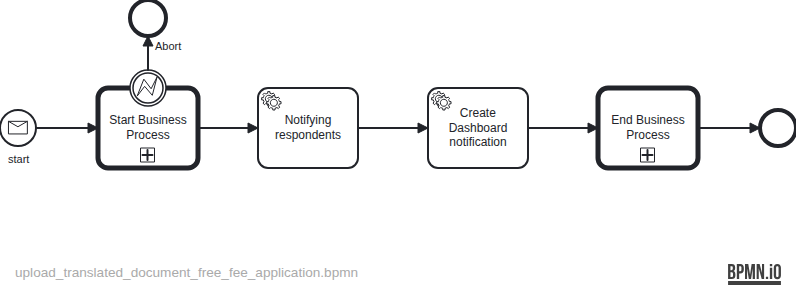
hmcts/civil-service keeps this BPMN diagram as docs/bpmn-diagrams/upload_translated_document_free_fee_application.png. Above is the earlier version. Its source is kept beside it as src/main/resources/camunda/upload_translated_document_free_fee_application.bpmn. Ids are renumbered. Source of this version:
```xml
<bpmn:definitions xmlns:bpmn="http://www.omg.org/spec/BPMN/20100524/MODEL" xmlns:bpmndi="http://www.omg.org/spec/BPMN/20100524/DI" xmlns:dc="http://www.omg.org/spec/DD/20100524/DC" xmlns:camunda="http://camunda.org/schema/1.0/bpmn" xmlns:di="http://www.omg.org/spec/DD/20100524/DI" xmlns:xsi="http://www.w3.org/2001/XMLSchema-instance" xmlns:modeler="http://camunda.org/schema/modeler/1.0" id="Definitions_n1" targetNamespace="http://bpmn.io/schema/bpmn" exporter="Camunda Modeler" exporterVersion="5.41.0" modeler:executionPlatform="Camunda Platform" modeler:executionPlatformVersion="7.15.0">
  <bpmn:message id="Message_n2" name="INITIATE_GENERAL_APPLICATION" />
  <bpmn:process id="UPLOAD_TRANSLATED_FREE_GA_SUMMARY_DOC" name="uploadTranslatedAppSumDocForFreeApplication" isExecutable="true" camunda:historyTimeToLive="P90D">
    <bpmn:callActivity id="Activity_n3" name="Start Business Process" calledElement="GA_StartGeneralApplicationBusinessProcess">
      <bpmn:extensionElements>
        <camunda:in variables="all" />
        <camunda:out variables="all" />
      </bpmn:extensionElements>
      <bpmn:incoming>Flow_n4</bpmn:incoming>
      <bpmn:outgoing>Flow_n5</bpmn:outgoing>
    </bpmn:callActivity>
    <bpmn:boundaryEvent id="Event_n6" name="Abort" attachedToRef="Activity_n3">
      <bpmn:outgoing>Flow_n7</bpmn:outgoing>
      <bpmn:errorEventDefinition id="ErrorEventDefinition_n8" />
    </bpmn:boundaryEvent>
    <bpmn:endEvent id="Event_n9">
      <bpmn:incoming>Flow_n7</bpmn:incoming>
    </bpmn:endEvent>
    <bpmn:sequenceFlow id="Flow_n7" sourceRef="Event_n6" targetRef="Event_n9" />
    <bpmn:serviceTask id="GeneralApplicationNotifying" name="Notifying respondents" camunda:type="external" camunda:topic="applicationEventGASpec">
      <bpmn:extensionElements>
        <camunda:inputOutput>
          <camunda:inputParameter name="caseEvent">NOTIFY_GENERAL_APPLICATION_RESPONDENT</camunda:inputParameter>
        </camunda:inputOutput>
      </bpmn:extensionElements>
      <bpmn:incoming>Flow_n5</bpmn:incoming>
      <bpmn:outgoing>Flow_n10</bpmn:outgoing>
    </bpmn:serviceTask>
    <bpmn:callActivity id="Activity_n11" name="End Business Process" calledElement="GA_EndBusinessProcess">
      <bpmn:extensionElements>
        <camunda:in variables="all" />
      </bpmn:extensionElements>
      <bpmn:incoming>Flow_n12</bpmn:incoming>
      <bpmn:outgoing>Flow_n13</bpmn:outgoing>
    </bpmn:callActivity>
    <bpmn:endEvent id="Event_n14" name="">
      <bpmn:incoming>Flow_n13</bpmn:incoming>
    </bpmn:endEvent>
    <bpmn:sequenceFlow id="Flow_n13" sourceRef="Activity_n11" targetRef="Event_n14" />
    <bpmn:sequenceFlow id="Flow_n5" sourceRef="Activity_n3" targetRef="GeneralApplicationNotifying" />
    <bpmn:sequenceFlow id="Flow_n10" sourceRef="GeneralApplicationNotifying" targetRef="GenerateDashboardNotificationsGaApplicationIssued" />
    <bpmn:serviceTask id="GenerateDashboardNotificationsGaApplicationIssued" name="Create Dashboard notification" camunda:type="external" camunda:topic="applicationEventGASpec">
      <bpmn:extensionElements>
        <camunda:inputOutput>
          <camunda:inputParameter name="caseEvent">DASHBOARD_NOTIFICATION_EVENT</camunda:inputParameter>
        </camunda:inputOutput>
      </bpmn:extensionElements>
      <bpmn:incoming>Flow_n10</bpmn:incoming>
      <bpmn:outgoing>Flow_n12</bpmn:outgoing>
    </bpmn:serviceTask>
    <bpmn:startEvent id="Event_n15" name="start">
      <bpmn:outgoing>Flow_n4</bpmn:outgoing>
      <bpmn:messageEventDefinition id="MessageEventDefinition_n16" messageRef="Message_n17" />
    </bpmn:startEvent>
    <bpmn:sequenceFlow id="Flow_n4" sourceRef="Event_n15" targetRef="Activity_n3" />
    <bpmn:sequenceFlow id="Flow_n12" sourceRef="GenerateDashboardNotificationsGaApplicationIssued" targetRef="Activity_n11" />
  </bpmn:process>
  <bpmn:message id="Message_n18" name="Message_n18" />
  <bpmn:message id="Message_n17" name="UPLOAD_TRANSLATED_DOCUMENT_FOR_FREE_FEE_APPLICATION" />
  <bpmndi:BPMNDiagram id="BPMNDiagram_1">
    <bpmndi:BPMNPlane id="BPMNPlane_1" bpmnElement="UPLOAD_TRANSLATED_FREE_GA_SUMMARY_DOC">
      <bpmndi:BPMNShape id="BPMNShape_n19" bpmnElement="Activity_n3">
        <dc:Bounds x="230" y="170" width="100" height="80" />
      </bpmndi:BPMNShape>
      <bpmndi:BPMNShape id="Event_n9_di" bpmnElement="Event_n9">
        <dc:Bounds x="262" y="82" width="36" height="36" />
      </bpmndi:BPMNShape>
      <bpmndi:BPMNShape id="BPMNShape_n20" bpmnElement="GeneralApplicationNotifying">
        <dc:Bounds x="390" y="170" width="100" height="80" />
      </bpmndi:BPMNShape>
      <bpmndi:BPMNShape id="Event_n15_di" bpmnElement="Event_n15">
        <dc:Bounds x="132" y="192" width="36" height="36" />
        <bpmndi:BPMNLabel>
          <dc:Bounds x="139" y="235" width="23" height="14" />
        </bpmndi:BPMNLabel>
      </bpmndi:BPMNShape>
      <bpmndi:BPMNShape id="BPMNShape_n21" bpmnElement="GenerateDashboardNotificationsGaApplicationIssued">
        <dc:Bounds x="560" y="170" width="100" height="80" />
        <bpmndi:BPMNLabel />
      </bpmndi:BPMNShape>
      <bpmndi:BPMNShape id="BPMNShape_n22" bpmnElement="Activity_n11">
        <dc:Bounds x="730" y="170" width="100" height="80" />
      </bpmndi:BPMNShape>
      <bpmndi:BPMNShape id="BPMNShape_n23" bpmnElement="Event_n14">
        <dc:Bounds x="892" y="192" width="36" height="36" />
        <bpmndi:BPMNLabel>
          <dc:Bounds x="1966" y="275" width="88" height="40" />
        </bpmndi:BPMNLabel>
      </bpmndi:BPMNShape>
      <bpmndi:BPMNShape id="BPMNShape_n24" bpmnElement="Event_n6">
        <dc:Bounds x="262" y="152" width="36" height="36" />
        <bpmndi:BPMNLabel>
          <dc:Bounds x="287" y="122" width="27" height="14" />
        </bpmndi:BPMNLabel>
      </bpmndi:BPMNShape>
      <bpmndi:BPMNEdge id="Flow_n7_di" bpmnElement="Flow_n7">
        <di:waypoint x="280" y="152" />
        <di:waypoint x="280" y="118" />
      </bpmndi:BPMNEdge>
      <bpmndi:BPMNEdge id="Flow_n13_di" bpmnElement="Flow_n13">
        <di:waypoint x="830" y="210" />
        <di:waypoint x="892" y="210" />
      </bpmndi:BPMNEdge>
      <bpmndi:BPMNEdge id="Flow_n5_di" bpmnElement="Flow_n5">
        <di:waypoint x="330" y="210" />
        <di:waypoint x="390" y="210" />
      </bpmndi:BPMNEdge>
      <bpmndi:BPMNEdge id="Flow_n10_di" bpmnElement="Flow_n10">
        <di:waypoint x="490" y="210" />
        <di:waypoint x="560" y="210" />
      </bpmndi:BPMNEdge>
      <bpmndi:BPMNEdge id="Flow_n4_di" bpmnElement="Flow_n4">
        <di:waypoint x="168" y="210" />
        <di:waypoint x="230" y="210" />
      </bpmndi:BPMNEdge>
      <bpmndi:BPMNEdge id="Flow_n12_di" bpmnElement="Flow_n12">
        <di:waypoint x="660" y="210" />
        <di:waypoint x="730" y="210" />
      </bpmndi:BPMNEdge>
    </bpmndi:BPMNPlane>
  </bpmndi:BPMNDiagram>
</bpmn:definitions>
```
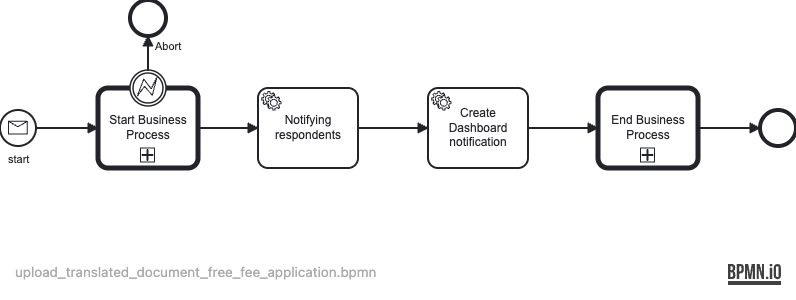
Above is the later version.

What changed in the source:
```diff
@@ -17,10 +17,10 @@
       <bpmn:incoming>Flow_n7</bpmn:incoming>
     </bpmn:endEvent>
     <bpmn:sequenceFlow id="Flow_n7" sourceRef="Event_n6" targetRef="Event_n9" />
-    <bpmn:serviceTask id="GeneralApplicationNotifying" name="Notifying respondents" camunda:type="external" camunda:topic="applicationEventGASpec">
+    <bpmn:serviceTask id="NotifyGaApplicationCreated" name="Notifying respondents" camunda:type="external" camunda:topic="applicationEventGASpec">
       <bpmn:extensionElements>
         <camunda:inputOutput>
-          <camunda:inputParameter name="caseEvent">NOTIFY_GENERAL_APPLICATION_RESPONDENT</camunda:inputParameter>
+          <camunda:inputParameter name="caseEvent">NOTIFY_EVENT</camunda:inputParameter>
         </camunda:inputOutput>
       </bpmn:extensionElements>
       <bpmn:incoming>Flow_n5</bpmn:incoming>
@@ -37,8 +37,8 @@
       <bpmn:incoming>Flow_n13</bpmn:incoming>
     </bpmn:endEvent>
     <bpmn:sequenceFlow id="Flow_n13" sourceRef="Activity_n11" targetRef="Event_n14" />
-    <bpmn:sequenceFlow id="Flow_n5" sourceRef="Activity_n3" targetRef="GeneralApplicationNotifying" />
-    <bpmn:sequenceFlow id="Flow_n10" sourceRef="GeneralApplicationNotifying" targetRef="GenerateDashboardNotificationsGaApplicationIssued" />
+    <bpmn:sequenceFlow id="Flow_n5" sourceRef="Activity_n3" targetRef="NotifyGaApplicationCreated" />
+    <bpmn:sequenceFlow id="Flow_n10" sourceRef="NotifyGaApplicationCreated" targetRef="GenerateDashboardNotificationsGaApplicationIssued" />
     <bpmn:serviceTask id="GenerateDashboardNotificationsGaApplicationIssued" name="Create Dashboard notification" camunda:type="external" camunda:topic="applicationEventGASpec">
       <bpmn:extensionElements>
         <camunda:inputOutput>
@@ -65,7 +65,7 @@
       <bpmndi:BPMNShape id="Event_n9_di" bpmnElement="Event_n9">
         <dc:Bounds x="262" y="82" width="36" height="36" />
       </bpmndi:BPMNShape>
-      <bpmndi:BPMNShape id="BPMNShape_n20" bpmnElement="GeneralApplicationNotifying">
+      <bpmndi:BPMNShape id="BPMNShape_n20" bpmnElement="NotifyGaApplicationCreated">
         <dc:Bounds x="390" y="170" width="100" height="80" />
       </bpmndi:BPMNShape>
       <bpmndi:BPMNShape id="Event_n15_di" bpmnElement="Event_n15">
```
